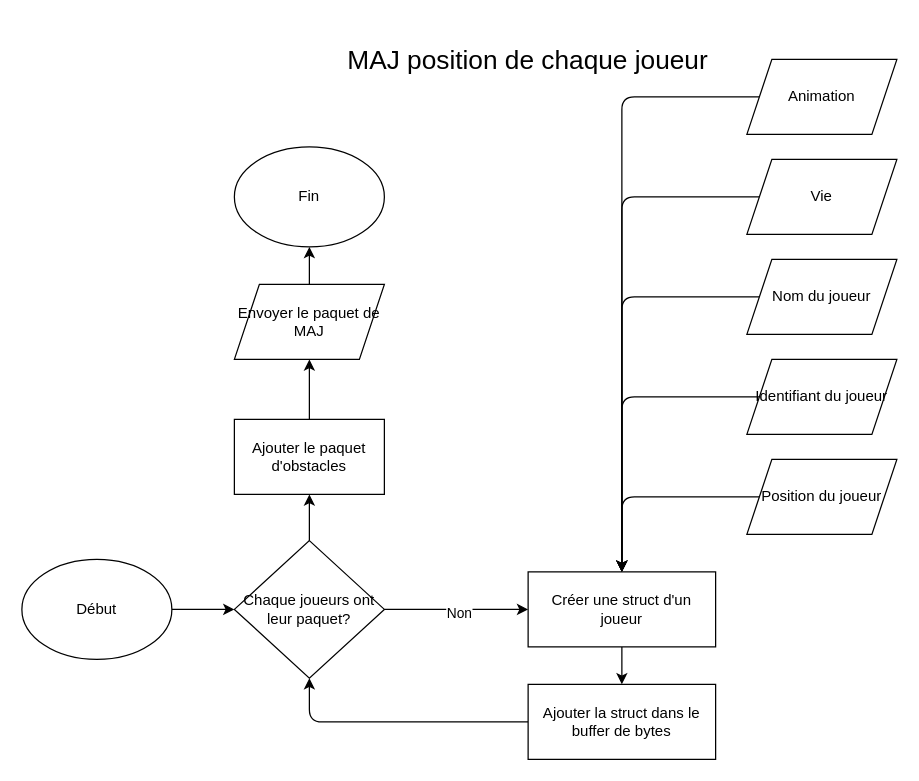
Above: schemas/créer_paquet_de_position.drawio in Samuel-Archila-cegep-2621953/ludikrous-makrous (draw.io), before the change. Source tidied: cells renumbered, new cells numbered last; positions are measured from the earlier drawing's top-left corner, leaving out a move shared by most shapes. Both pictures are drawn from the tidied source at 125%, with x=0, y=0 at pixel (21, 21).
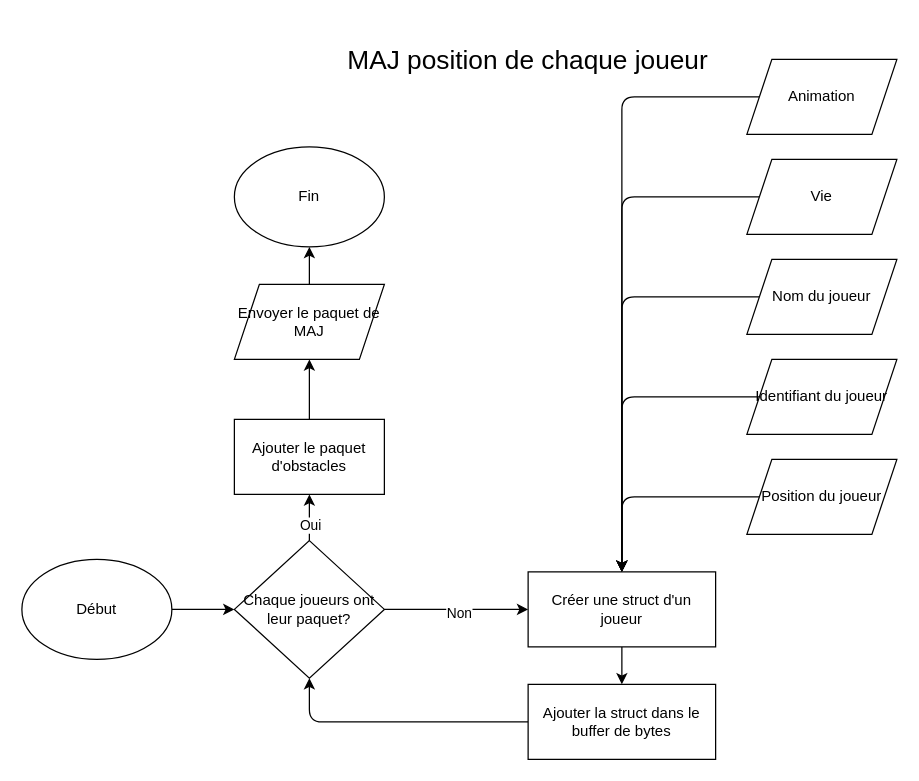
After the change.

Commit message:
Oublié qqch encore

The change refers to these unchanged cells:
```xml
<mxCell id="8" style="edgeStyle=none;html=1;" parent="1" edge="1" source="9" target="25">
  <mxGeometry relative="1" as="geometry" />
</mxCell>
```

What changed in the source:
```diff
@@
+    <mxCell id="28" value="Oui" style="edgeLabel;html=1;align=center;verticalAlign=middle;inheritText=1;" parent="8" vertex="1">
+      <mxGeometry x="-0.31" relative="1" as="geometry" />
+    </mxCell>
```
